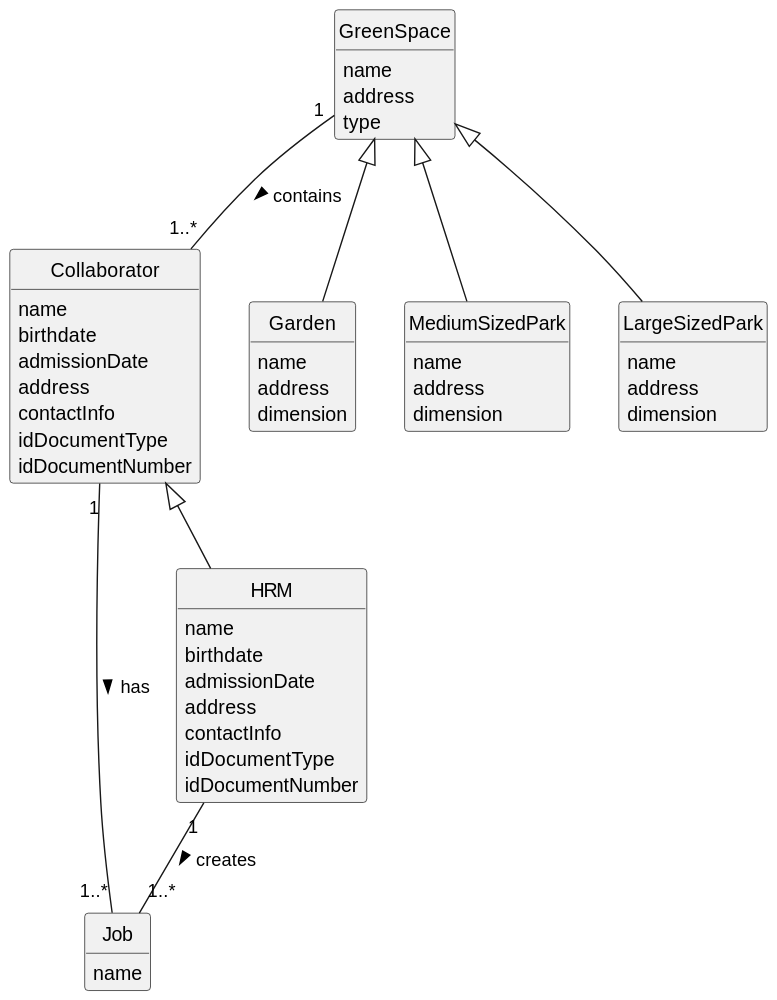
Above: docs/sprintA/us002/02.analysis/svg/us002-domain-model.svg in diogoveirospro/lei-24-s2-1dg-g072 (PlantUML), before the change.
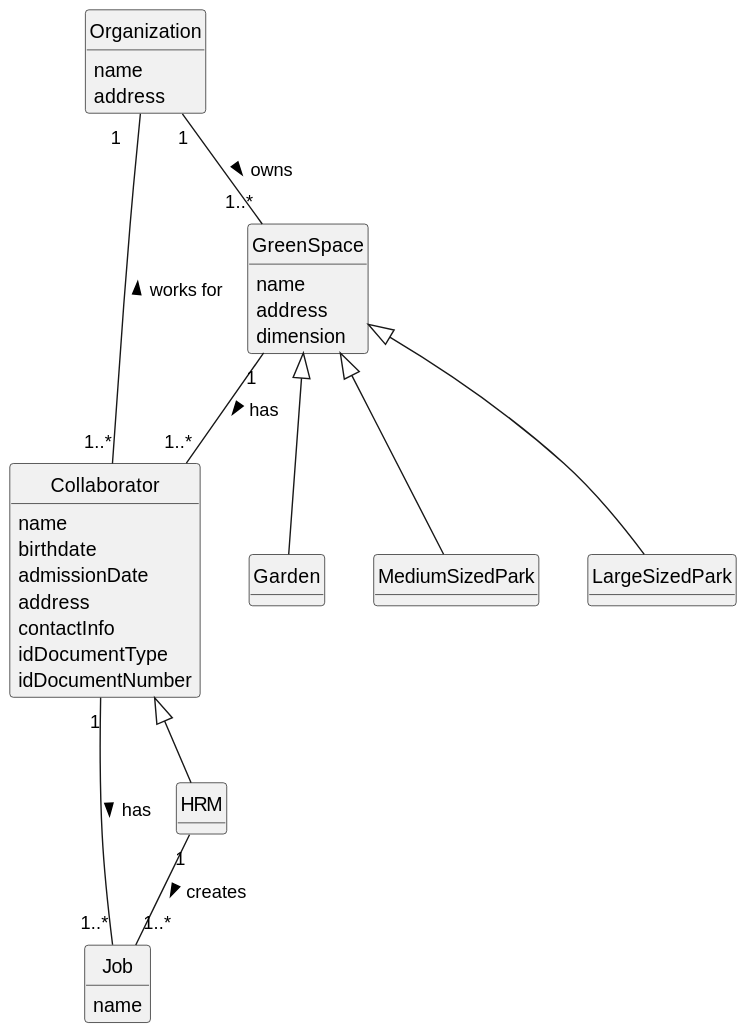
After the change.

Change to the diagram source:
```diff
@@ -25,44 +25,39 @@
 }
 
 class HRM {
-   name
-   birthdate
-   admissionDate
-   address
-   contactInfo
-   idDocumentType
-   idDocumentNumber
+
 }
 
 class GreenSpace {
     name
     address
-    type
+    dimension
 }
 
 class Garden {
-    name
-    address
-    dimension
+
 }
 
 class MediumSizedPark {
-    name
-    address
-    dimension
+
 }
 
 class LargeSizedPark {
+
+}
+
+class Organization{
     name
     address
-    dimension
 }
 
 HRM "1" -- "1..*" Job : creates >
 Collaborator "1" - "1..*" Job : has >
 Collaborator <|-- HRM
-GreenSpace "1" -- "1..*" Collaborator: contains >
+GreenSpace "1" -- "1..*" Collaborator: has >
 GreenSpace <|-- Garden
 GreenSpace <|-- MediumSizedPark
 GreenSpace <|-- LargeSizedPark
+Organization "1" -- "1..*" GreenSpace: owns >
+Organization "1   " -- "1..*" Collaborator: works for <
 @enduml
```
